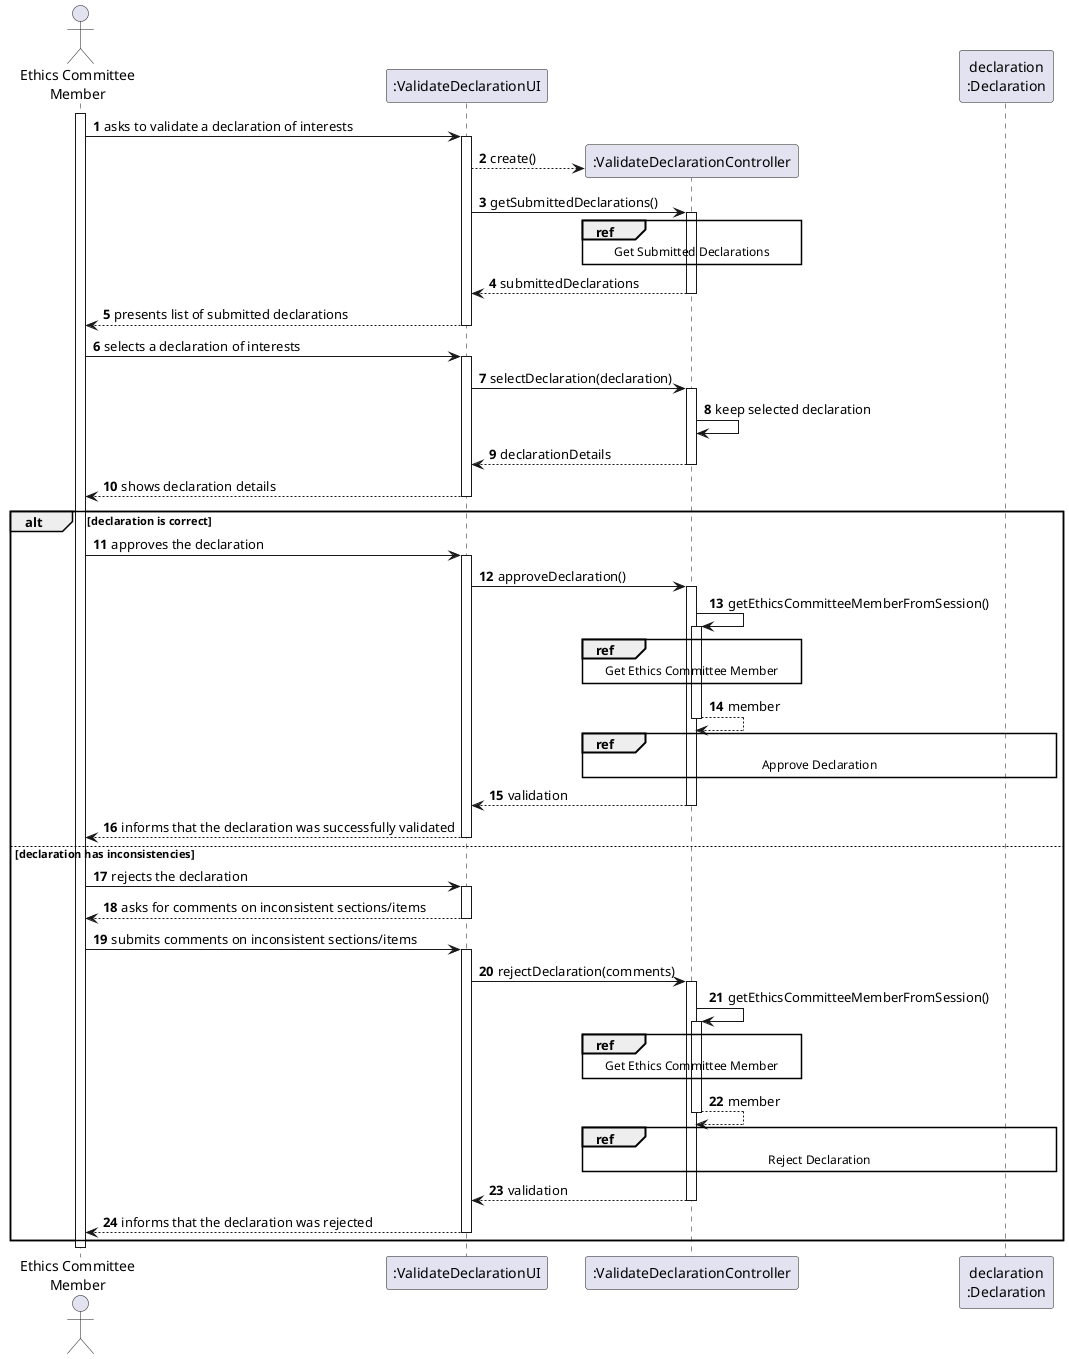
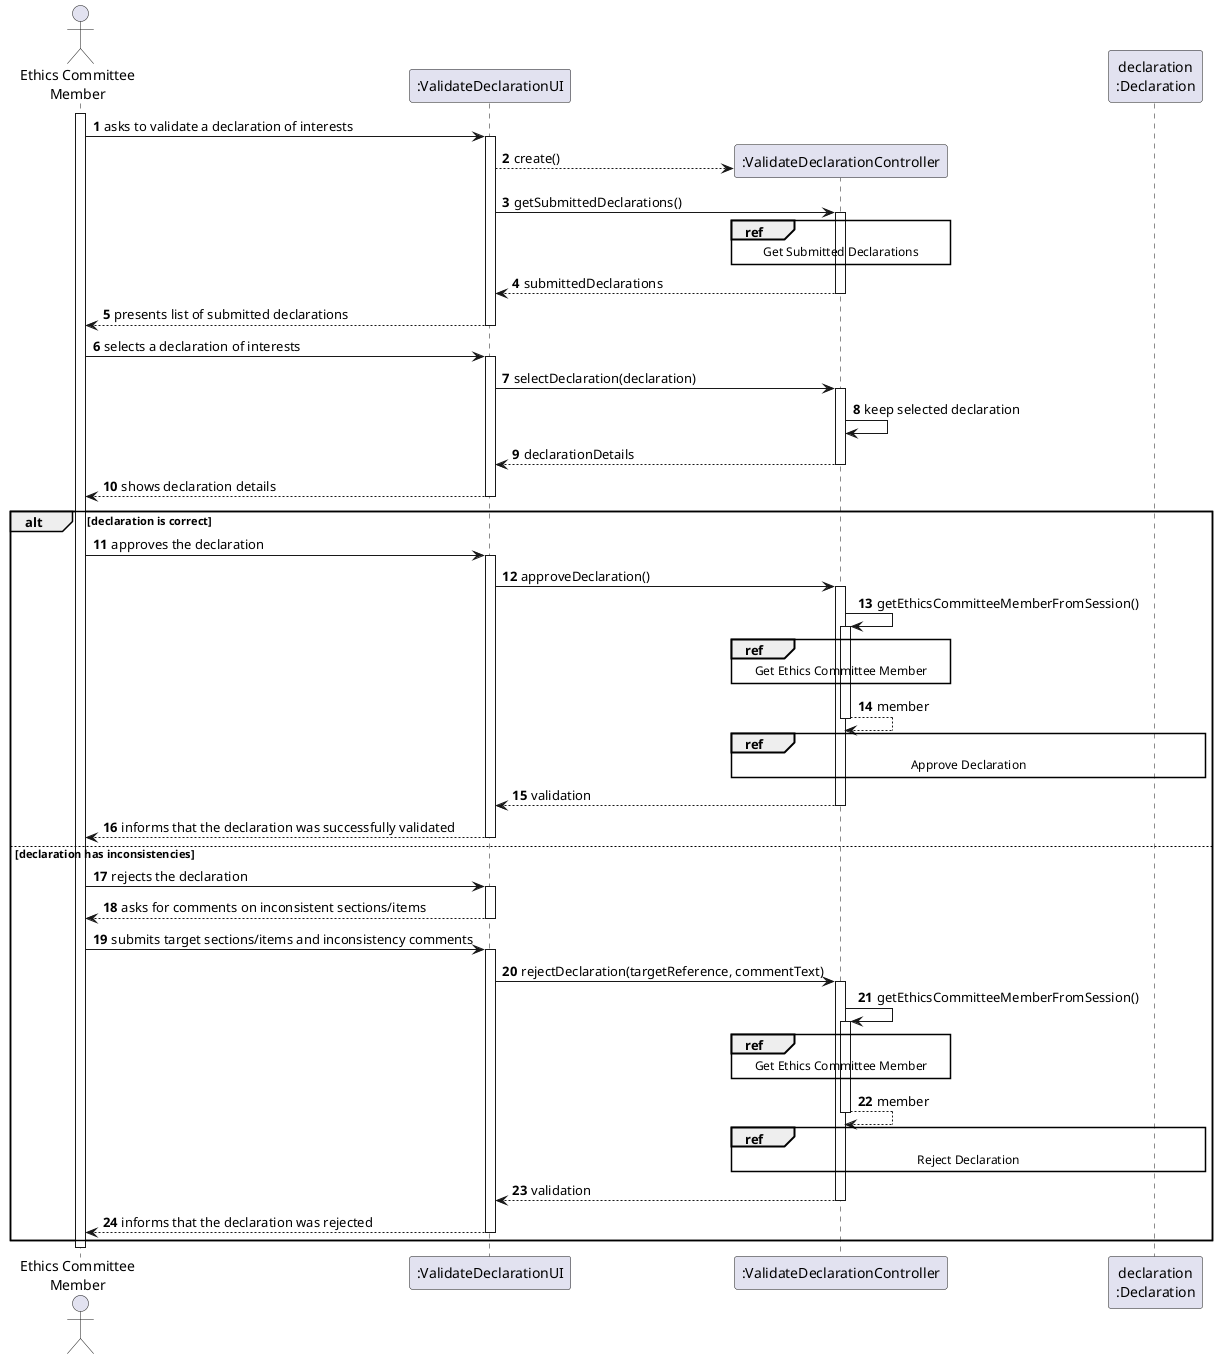
@startuml
'skinparam monochrome true
skinparam packageStyle rectangle
skinparam shadowing false

autonumber

'hide footbox
actor "Ethics Committee\nMember" as MEMBER_ACTOR

participant ":ValidateDeclarationUI" as UI
participant ":ValidateDeclarationController" as CTRL
participant "declaration\n:Declaration" as DECL

activate MEMBER_ACTOR

    MEMBER_ACTOR -> UI : asks to validate a declaration of interests
    activate UI
        UI --> CTRL** : create()

        UI -> CTRL : getSubmittedDeclarations()
        activate CTRL
            ref over CTRL
                Get Submitted Declarations
            end ref

            CTRL --> UI : submittedDeclarations
        deactivate CTRL

        UI --> MEMBER_ACTOR : presents list of submitted declarations
    deactivate UI

    MEMBER_ACTOR -> UI : selects a declaration of interests
    activate UI
        UI -> CTRL : selectDeclaration(declaration)
        activate CTRL
            CTRL -> CTRL : keep selected declaration
            CTRL --> UI : declarationDetails
        deactivate CTRL

        UI --> MEMBER_ACTOR : shows declaration details
    deactivate UI

    alt declaration is correct

        MEMBER_ACTOR -> UI : approves the declaration
        activate UI
            UI -> CTRL : approveDeclaration()
            activate CTRL

                CTRL -> CTRL : getEthicsCommitteeMemberFromSession()
                activate CTRL
                    ref over CTRL
                        Get Ethics Committee Member
                    end ref

                    CTRL --> CTRL : member
                deactivate CTRL

                ref over CTRL, DECL
                    Approve Declaration
                end ref

                CTRL --> UI : validation
            deactivate CTRL

            UI --> MEMBER_ACTOR : informs that the declaration was successfully validated
        deactivate UI

    else declaration has inconsistencies

        MEMBER_ACTOR -> UI : rejects the declaration
        activate UI
            UI --> MEMBER_ACTOR : asks for comments on inconsistent sections/items
        deactivate UI

-         MEMBER_ACTOR -> UI : submits comments on inconsistent sections/items
+         MEMBER_ACTOR -> UI : submits target sections/items and inconsistency comments
        activate UI
-             UI -> CTRL : rejectDeclaration(comments)
+             UI -> CTRL : rejectDeclaration(targetReference, commentText)
            activate CTRL

                CTRL -> CTRL : getEthicsCommitteeMemberFromSession()
                activate CTRL
                    ref over CTRL
                        Get Ethics Committee Member
                    end ref

                    CTRL --> CTRL : member
                deactivate CTRL

                ref over CTRL, DECL
                    Reject Declaration
                end ref

                CTRL --> UI : validation
            deactivate CTRL

            UI --> MEMBER_ACTOR : informs that the declaration was rejected
        deactivate UI

    end

deactivate MEMBER_ACTOR

- @enduml+ @enduml
